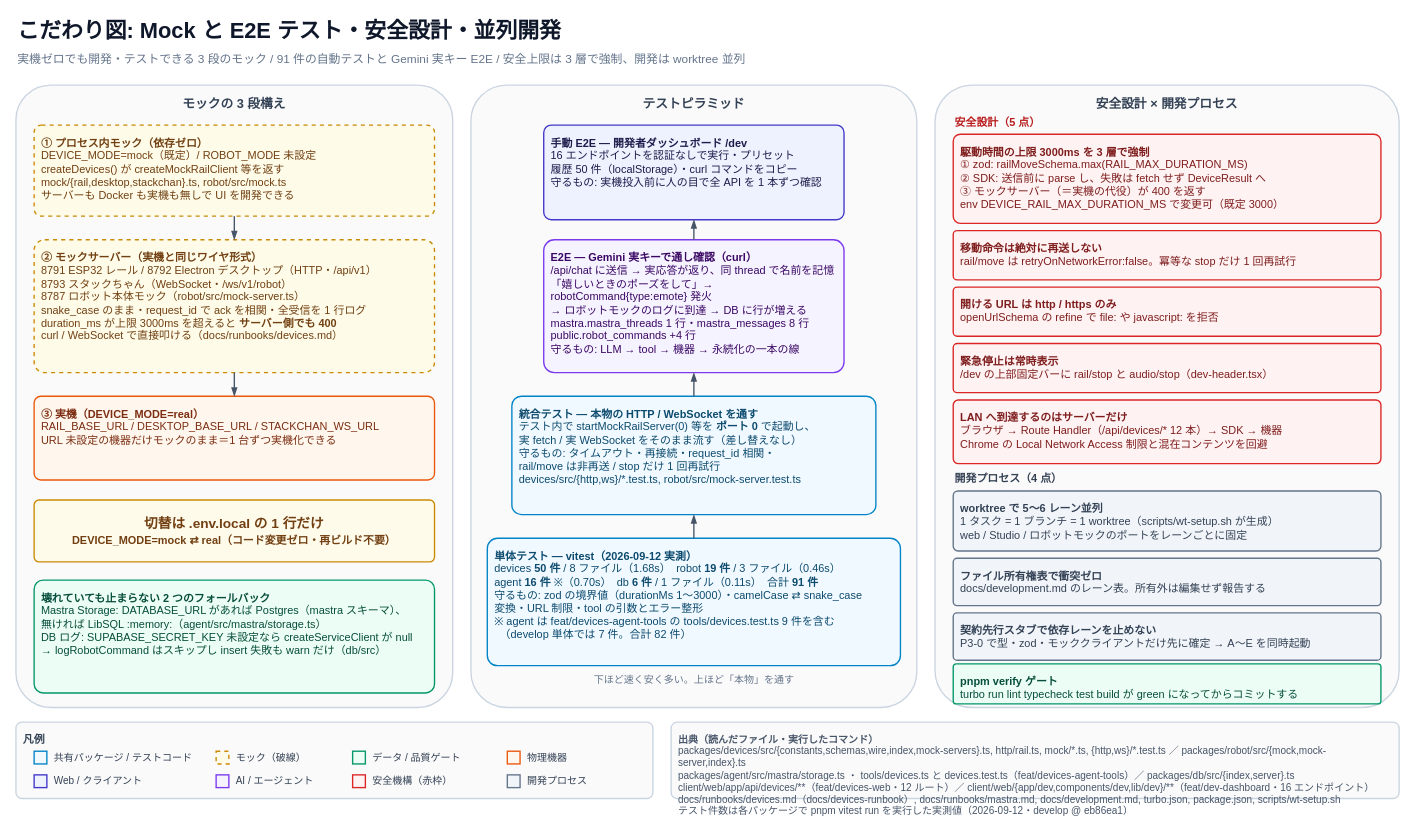
The draw.io diagram docs/diagrams/quality.drawio in Tebaeleven/ElectricSheep-100bus, before the edit. Source tidied: cells renumbered, new cells numbered last; positions are measured from the earlier drawing's top-left corner, leaving out a move shared by most shapes. Both pictures are drawn from the tidied source at 91%, with x=0, y=0 at pixel (15, 15).
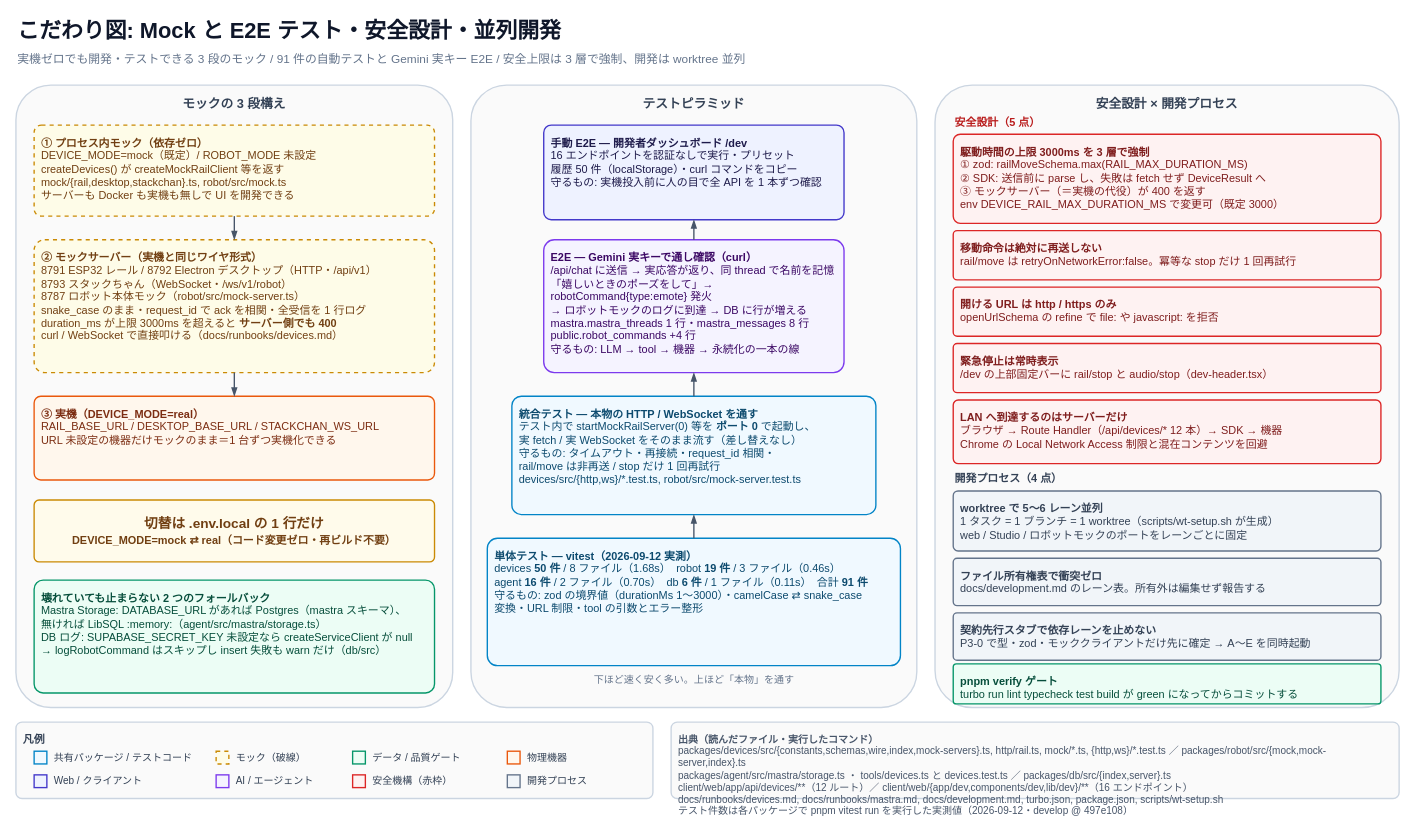
Above is the later version.

Change to the diagram source:
```diff
@@
-    <mxCell id="15" value="&lt;b&gt;単体テスト — vitest（2026-09-12 実測）&lt;/b&gt;&lt;br&gt;devices &lt;b&gt;50 件&lt;/b&gt; / 8 ファイル（1.68s）　robot &lt;b&gt;19 件&lt;/b&gt; / 3 ファイル（0.46s）&lt;br&gt;agent &lt;b&gt;16 件&lt;/b&gt; ※（0.70s）　db &lt;b&gt;6 件&lt;/b&gt; / 1 ファイル（0.11s）　合計 &lt;b&gt;91 件&lt;/b&gt;&lt;br&gt;守るもの: zod の境界値（durationMs 1〜3000）・camelCase ⇄ snake_case&lt;br&gt;変換・URL 制限・tool の引数とエラー整形&lt;br&gt;※ agent は feat/devices-agent-tools の tools/devices.test.ts 9 件を含む&lt;br&gt;　（develop 単体では 7 件。合計 82 件）" style="rounded=1;arcSize=8;whiteSpace=wrap;html=1;shadow=0;strokeWidth=1.5;fillColor=#F0F9FF;strokeColor=#0284C7;fontFamily=Helvetica;fontSize=12;fontColor=#0C4A6E;align=left;verticalAlign=top;spacing=8;" parent="1" vertex="1">
+    <mxCell id="15" value="&lt;b&gt;単体テスト — vitest（2026-09-12 実測）&lt;/b&gt;&lt;br&gt;devices &lt;b&gt;50 件&lt;/b&gt; / 8 ファイル（1.68s）　robot &lt;b&gt;19 件&lt;/b&gt; / 3 ファイル（0.46s）&lt;br&gt;agent &lt;b&gt;16 件&lt;/b&gt; / 2 ファイル（0.70s）　db &lt;b&gt;6 件&lt;/b&gt; / 1 ファイル（0.11s）　合計 &lt;b&gt;91 件&lt;/b&gt;&lt;br&gt;守るもの: zod の境界値（durationMs 1〜3000）・camelCase ⇄ snake_case&lt;br&gt;変換・URL 制限・tool の引数とエラー整形" style="rounded=1;arcSize=8;whiteSpace=wrap;html=1;shadow=0;strokeWidth=1.5;fillColor=#F0F9FF;strokeColor=#0284C7;fontFamily=Helvetica;fontSize=12;fontColor=#0C4A6E;align=left;verticalAlign=top;spacing=8;" parent="1" vertex="1">
       <mxGeometry x="518" y="574" width="454" height="140" as="geometry" />
     </mxCell>
@@
-    <mxCell id="50" value="&lt;b&gt;出典（読んだファイル・実行したコマンド）&lt;/b&gt;&lt;br&gt;packages/devices/src/{constants,schemas,wire,index,mock-servers}.ts, http/rail.ts, mock/*.ts, {http,ws}/*.test.ts ／ packages/robot/src/{mock,mock-server,index}.ts&lt;br&gt;packages/agent/src/mastra/storage.ts ・ tools/devices.ts と devices.test.ts（feat/devices-agent-tools）／ packages/db/src/{index,server}.ts&lt;br&gt;client/web/app/api/devices/**（feat/devices-web・12 ルート）／ client/web/{app/dev,components/dev,lib/dev}/**（feat/dev-dashboard・16 エンドポイント）&lt;br&gt;docs/runbooks/devices.md（docs/devices-runbook）, docs/runbooks/mastra.md, docs/development.md, turbo.json, package.json, scripts/wt-setup.sh&lt;br&gt;テスト件数は各パッケージで pnpm vitest run を実行した実測値（2026-09-12・develop @ eb86ea1）" style="rounded=1;arcSize=8;whiteSpace=wrap;html=1;shadow=0;strokeWidth=1.5;fillColor=#FAFAFA;strokeColor=#CBD5E1;fontFamily=Helvetica;fontSize=11;fontColor=#475569;align=left;verticalAlign=top;spacing=8;" parent="1" vertex="1">
+    <mxCell id="50" value="&lt;b&gt;出典（読んだファイル・実行したコマンド）&lt;/b&gt;&lt;br&gt;packages/devices/src/{constants,schemas,wire,index,mock-servers}.ts, http/rail.ts, mock/*.ts, {http,ws}/*.test.ts ／ packages/robot/src/{mock,mock-server,index}.ts&lt;br&gt;packages/agent/src/mastra/storage.ts ・ tools/devices.ts と devices.test.ts ／ packages/db/src/{index,server}.ts&lt;br&gt;client/web/app/api/devices/**（12 ルート）／ client/web/{app/dev,components/dev,lib/dev}/**（16 エンドポイント）&lt;br&gt;docs/runbooks/devices.md, docs/runbooks/mastra.md, docs/development.md, turbo.json, package.json, scripts/wt-setup.sh&lt;br&gt;テスト件数は各パッケージで pnpm vitest run を実行した実測値（2026-09-12・develop @ 497e108）" style="rounded=1;arcSize=8;whiteSpace=wrap;html=1;shadow=0;strokeWidth=1.5;fillColor=#FAFAFA;strokeColor=#CBD5E1;fontFamily=Helvetica;fontSize=11;fontColor=#475569;align=left;verticalAlign=top;spacing=8;" parent="1" vertex="1">
       <mxGeometry x="720" y="776" width="800" height="84" as="geometry" />
     </mxCell>
```
